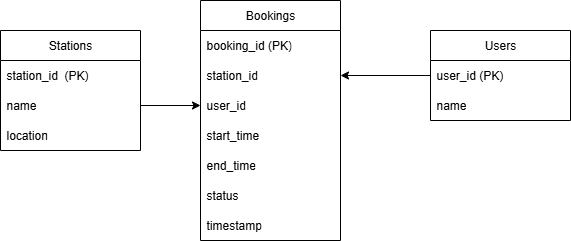
Before: q1-system-design/db-model/basic-db-model.png, a diagram exported from draw.io (CezarAug/ev-charger-challenge). Source tidied: cells renumbered, new cells last; positions are measured from the earlier drawing's top-left corner, leaving out a move shared by most shapes.
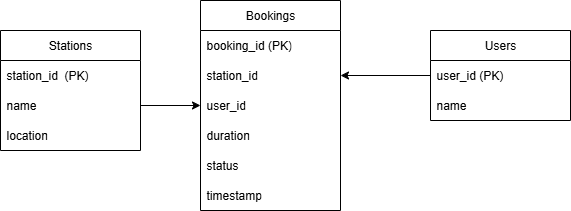
After the change.

Commit message:
docs: Updating db schema diagram

Diff of the diagram source:
```diff
@@ -8,14 +8,14 @@
     <mxCell id="3" value="station_id&amp;nbsp; (PK)" style="text;strokeColor=none;fillColor=none;align=left;verticalAlign=middle;spacingLeft=4;spacingRight=4;overflow=hidden;whiteSpace=wrap;html=1;" parent="2" vertex="1">
       <mxGeometry y="30" width="140" height="30" as="geometry" />
     </mxCell>
-    <mxCell id="4" value="name" style="text;strokeColor=none;fillColor=none;align=left;verticalAlign=middle;spacingLeft=4;spacingRight=4;overflow=hidden;points=[[0,0.5],[1,0.5]];portConstraint=eastwest;whiteSpace=wrap;html=1;" parent="2" vertex="1">
-      <mxGeometry y="60" width="140" height="30" as="geometry" />
-    </mxCell>
+    <mxCell id="19" value="name" style="text;strokeColor=none;fillColor=none;align=left;verticalAlign=middle;spacingLeft=4;spacingRight=4;overflow=hidden;points=[[0,0.5],[1,0.5]];portConstraint=eastwest;whiteSpace=wrap;html=1;" parent="2" vertex="1">
+      <mxGeometry y="60" width="140" height="30" as="geometry" />
+    </mxCell>
     <mxCell id="5" value="location" style="text;strokeColor=none;fillColor=none;align=left;verticalAlign=middle;spacingLeft=4;spacingRight=4;overflow=hidden;whiteSpace=wrap;html=1;" parent="2" vertex="1">
       <mxGeometry y="90" width="140" height="30" as="geometry" />
     </mxCell>
     <mxCell id="6" value="Bookings" style="swimlane;fontStyle=0;horizontal=1;startSize=30;whiteSpace=wrap;html=1;" parent="1" vertex="1">
-      <mxGeometry x="200" width="140" height="240" as="geometry" />
+      <mxGeometry x="200" width="140" height="210" as="geometry" />
     </mxCell>
     <mxCell id="7" value="booking_id (PK)" style="text;strokeColor=none;fillColor=none;align=left;verticalAlign=middle;spacingLeft=4;spacingRight=4;overflow=hidden;whiteSpace=wrap;html=1;" parent="6" vertex="1">
       <mxGeometry y="30" width="140" height="30" as="geometry" />
@@ -26,17 +26,14 @@
     <mxCell id="9" value="user_id" style="text;strokeColor=none;fillColor=none;align=left;verticalAlign=middle;spacingLeft=4;spacingRight=4;overflow=hidden;points=[[0,0.5],[1,0.5]];portConstraint=eastwest;whiteSpace=wrap;html=1;" parent="6" vertex="1">
       <mxGeometry y="90" width="140" height="30" as="geometry" />
     </mxCell>
-    <mxCell id="10" value="start_time" style="text;strokeColor=none;fillColor=none;align=left;verticalAlign=middle;spacingLeft=4;spacingRight=4;overflow=hidden;whiteSpace=wrap;html=1;" parent="6" vertex="1">
-      <mxGeometry y="120" width="140" height="30" as="geometry" />
-    </mxCell>
-    <mxCell id="11" value="end_time" style="text;strokeColor=none;fillColor=none;align=left;verticalAlign=middle;spacingLeft=4;spacingRight=4;overflow=hidden;whiteSpace=wrap;html=1;" parent="6" vertex="1">
-      <mxGeometry y="150" width="140" height="30" as="geometry" />
-    </mxCell>
+    <mxCell id="20" value="duration" style="text;strokeColor=none;fillColor=none;align=left;verticalAlign=middle;spacingLeft=4;spacingRight=4;overflow=hidden;whiteSpace=wrap;html=1;" parent="6" vertex="1">
+      <mxGeometry y="120" width="140" height="30" as="geometry" />
+    </mxCell>
     <mxCell id="12" value="status" style="text;strokeColor=none;fillColor=none;align=left;verticalAlign=middle;spacingLeft=4;spacingRight=4;overflow=hidden;whiteSpace=wrap;html=1;" parent="6" vertex="1">
-      <mxGeometry y="180" width="140" height="30" as="geometry" />
+      <mxGeometry y="150" width="140" height="30" as="geometry" />
     </mxCell>
     <mxCell id="13" value="timestamp" style="text;strokeColor=none;fillColor=none;align=left;verticalAlign=middle;spacingLeft=4;spacingRight=4;overflow=hidden;whiteSpace=wrap;html=1;" parent="6" vertex="1">
-      <mxGeometry y="210" width="140" height="30" as="geometry" />
+      <mxGeometry y="180" width="140" height="30" as="geometry" />
     </mxCell>
     <mxCell id="14" value="Users" style="swimlane;fontStyle=0;horizontal=1;startSize=30;whiteSpace=wrap;html=1;" parent="1" vertex="1">
       <mxGeometry x="430" y="30" width="140" height="90" as="geometry" />
@@ -44,12 +41,12 @@
     <mxCell id="15" value="user_id (PK)" style="text;strokeColor=none;fillColor=none;align=left;verticalAlign=middle;spacingLeft=4;spacingRight=4;overflow=hidden;points=[[0,0.5],[1,0.5]];portConstraint=eastwest;whiteSpace=wrap;html=1;" parent="14" vertex="1">
       <mxGeometry y="30" width="140" height="30" as="geometry" />
     </mxCell>
-    <mxCell id="16" value="name" style="text;strokeColor=none;fillColor=none;align=left;verticalAlign=middle;spacingLeft=4;spacingRight=4;overflow=hidden;whiteSpace=wrap;html=1;" parent="14" vertex="1">
-      <mxGeometry y="60" width="140" height="30" as="geometry" />
-    </mxCell>
-    <mxCell id="17" style="edgeStyle=orthogonalEdgeStyle;rounded=0;jettySize=auto;html=1;" parent="1" edge="1" source="4" target="9">
-      <mxGeometry relative="1" as="geometry" />
-    </mxCell>
+    <mxCell id="21" value="name" style="text;strokeColor=none;fillColor=none;align=left;verticalAlign=middle;spacingLeft=4;spacingRight=4;overflow=hidden;whiteSpace=wrap;html=1;" parent="14" vertex="1">
+      <mxGeometry y="60" width="140" height="30" as="geometry" />
+    </mxCell>
+    <mxCell id="22" style="edgeStyle=orthogonalEdgeStyle;rounded=0;jettySize=auto;html=1;" parent="1" edge="1" source="19" target="9">
+      <mxGeometry relative="1" as="geometry" />
+    </mxCell>
     <mxCell id="18" style="edgeStyle=orthogonalEdgeStyle;rounded=0;jettySize=auto;html=1;" parent="1" edge="1" source="15" target="8">
       <mxGeometry relative="1" as="geometry" />
     </mxCell>
```
